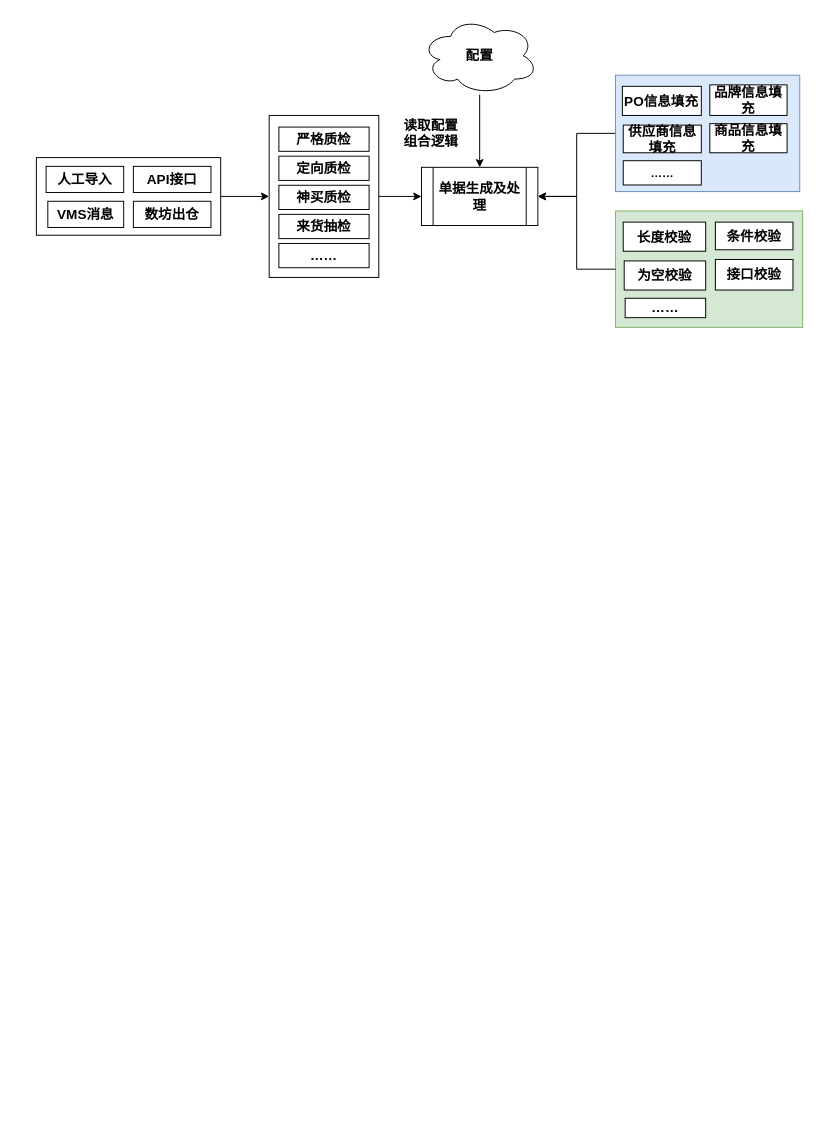
Before: page "评审202503" (17 of 18) of 创建指令计划.drawio in vvhard/draw_io, a draw.io diagram. Source tidied: cells renumbered, new cells numbered last; positions are measured from the earlier drawing's top-left corner, leaving out a move shared by most shapes. Both pictures are drawn from the tidied source at 97%, with x=0, y=0 at pixel (36, 16).
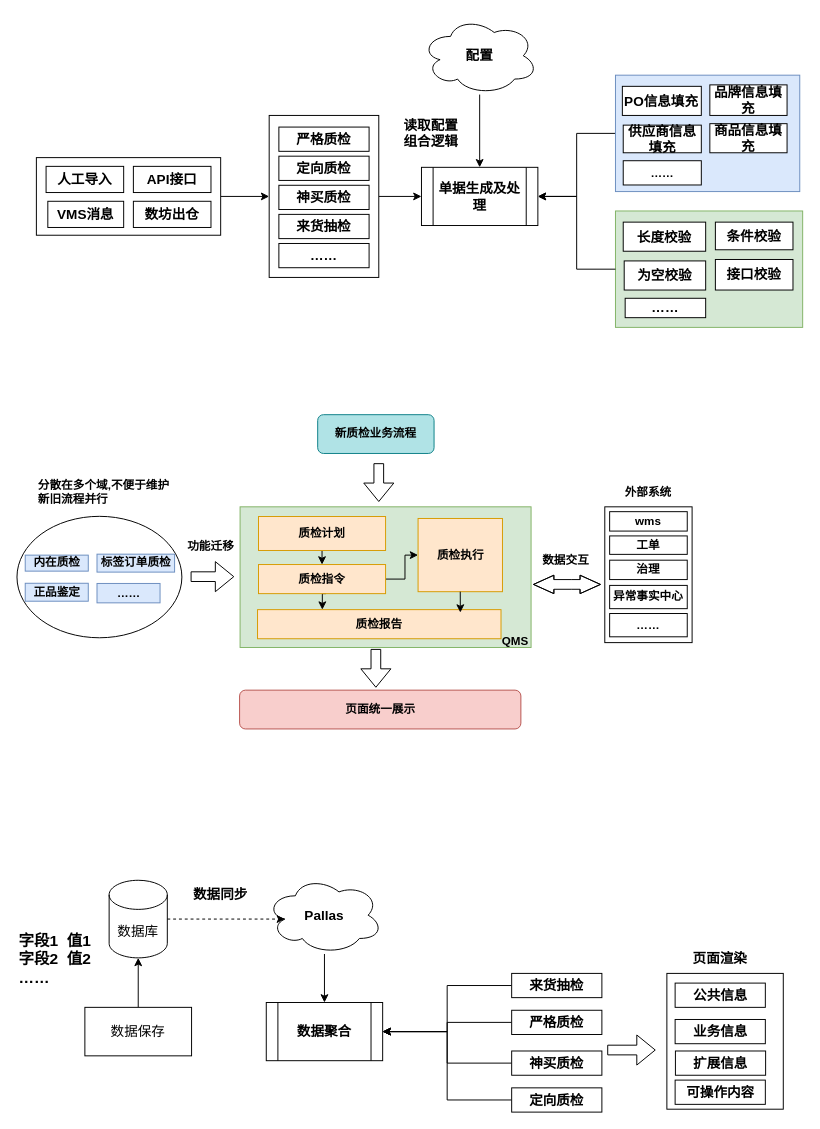
The same page after the edit.

Commit message:
更新创建指令计划.drawio

The edit, as a diff of the source:
```diff
@@
+    <mxCell id="36" style="ellipse;whiteSpace=wrap;html=1;fontStyle=1;" parent="1" vertex="1">
+      <mxGeometry x="-20" y="514.8" width="170" height="125.2" as="geometry" />
+    </mxCell>
+    <mxCell id="37" style="rounded=0;whiteSpace=wrap;html=1;fillColor=#d5e8d4;strokeColor=#82b366;fontStyle=1;" parent="1" vertex="1">
+      <mxGeometry x="210" y="505" width="300" height="145" as="geometry" />
+    </mxCell>
+    <mxCell id="38" value="内在质检" style="rounded=0;whiteSpace=wrap;html=1;fillColor=#dae8fc;strokeColor=#6c8ebf;fontStyle=1;" parent="1" vertex="1">
+      <mxGeometry x="-11.5" y="554.8" width="65" height="16.5" as="geometry" />
+    </mxCell>
+    <mxCell id="39" value="&lt;span&gt;……&lt;/span&gt;" style="rounded=0;whiteSpace=wrap;html=1;fillColor=#dae8fc;strokeColor=#6c8ebf;fontStyle=1;" parent="1" vertex="1">
+      <mxGeometry x="62.5" y="584" width="65" height="20" as="geometry" />
+    </mxCell>
+    <mxCell id="40" value="标签订单质检" style="rounded=0;whiteSpace=wrap;html=1;fillColor=#dae8fc;strokeColor=#6c8ebf;fontStyle=1;" parent="1" vertex="1">
+      <mxGeometry x="62.5" y="553.8" width="80" height="18.5" as="geometry" />
+    </mxCell>
+    <mxCell id="41" style="shape=flexArrow;endArrow=classic;html=1;rounded=0;fontStyle=1;" parent="1" edge="1">
+      <mxGeometry relative="1" as="geometry">
+        <mxPoint x="353" y="460" as="sourcePoint" />
+        <mxPoint x="353" y="500" as="targetPoint" />
+      </mxGeometry>
+    </mxCell>
+    <mxCell id="42" value="新质检业务流程" style="rounded=1;whiteSpace=wrap;html=1;fontStyle=1;fillColor=#b0e3e6;strokeColor=#0e8088;" parent="1" vertex="1">
+      <mxGeometry x="290" y="410" width="120" height="40" as="geometry" />
+    </mxCell>
+    <mxCell id="43" style="shape=flexArrow;endArrow=classic;html=1;rounded=0;fontStyle=1;" parent="1" edge="1">
+      <mxGeometry relative="1" as="geometry">
+        <mxPoint x="159" y="577" as="sourcePoint" />
+        <mxPoint x="204" y="577" as="targetPoint" />
+      </mxGeometry>
+    </mxCell>
+    <mxCell id="44" value="QMS" style="text;html=1;align=center;verticalAlign=middle;whiteSpace=wrap;rounded=0;fontStyle=1;" parent="1" vertex="1">
+      <mxGeometry x="469" y="631" width="50" height="25" as="geometry" />
+    </mxCell>
+    <mxCell id="45" value="正品鉴定" style="rounded=0;whiteSpace=wrap;html=1;fillColor=#dae8fc;strokeColor=#6c8ebf;fontStyle=1;" parent="1" vertex="1">
+      <mxGeometry x="-11.5" y="583.8" width="65" height="18.5" as="geometry" />
+    </mxCell>
+    <mxCell id="46" style="rounded=0;whiteSpace=wrap;html=1;fontStyle=1;" parent="1" vertex="1">
+      <mxGeometry x="586" y="505" width="90" height="140" as="geometry" />
+    </mxCell>
+    <mxCell id="47" style="shape=flexArrow;endArrow=classic;startArrow=classic;html=1;rounded=0;startWidth=8;startSize=6.67;endWidth=8;endSize=6.67;fontStyle=1;" parent="1" edge="1">
+      <mxGeometry relative="1" as="geometry">
+        <mxPoint x="512" y="585" as="sourcePoint" />
+        <mxPoint x="582" y="585" as="targetPoint" />
+        <Array as="points">
+          <mxPoint x="552" y="585" />
+        </Array>
+      </mxGeometry>
+    </mxCell>
+    <mxCell id="48" value="&lt;span&gt;外部系统&lt;/span&gt;" style="text;html=1;align=center;verticalAlign=middle;whiteSpace=wrap;rounded=0;fontStyle=1;" parent="1" vertex="1">
+      <mxGeometry x="601" y="475" width="60" height="30" as="geometry" />
+    </mxCell>
+    <mxCell id="49" value="wms" style="rounded=0;whiteSpace=wrap;html=1;fontStyle=1;" parent="1" vertex="1">
+      <mxGeometry x="591" y="510" width="80" height="20" as="geometry" />
+    </mxCell>
+    <mxCell id="50" value="工单" style="rounded=0;whiteSpace=wrap;html=1;fontStyle=1;" parent="1" vertex="1">
+      <mxGeometry x="591" y="535" width="80" height="19" as="geometry" />
+    </mxCell>
+    <mxCell id="51" value="治理" style="rounded=0;whiteSpace=wrap;html=1;fontStyle=1;" parent="1" vertex="1">
+      <mxGeometry x="591" y="560" width="80" height="20" as="geometry" />
+    </mxCell>
+    <mxCell id="52" value="异常事实中心" style="rounded=0;whiteSpace=wrap;html=1;fontStyle=1;" parent="1" vertex="1">
+      <mxGeometry x="591" y="586" width="80" height="24" as="geometry" />
+    </mxCell>
+    <mxCell id="53" value="&lt;span&gt;……&lt;/span&gt;" style="rounded=0;whiteSpace=wrap;html=1;fontStyle=1;" parent="1" vertex="1">
+      <mxGeometry x="591" y="615" width="80" height="24" as="geometry" />
+    </mxCell>
+    <mxCell id="54" value="&lt;span&gt;数据交互&lt;/span&gt;" style="text;html=1;align=center;verticalAlign=middle;whiteSpace=wrap;rounded=0;fontStyle=1;" parent="1" vertex="1">
+      <mxGeometry x="516" y="545" width="60" height="30" as="geometry" />
+    </mxCell>
+    <mxCell id="55" style="edgeStyle=orthogonalEdgeStyle;rounded=0;jettySize=auto;html=1;exitX=0.5;exitY=1;exitDx=0;exitDy=0;entryX=0.5;entryY=0;entryDx=0;entryDy=0;fontStyle=1;" parent="1" edge="1" source="56" target="59">
+      <mxGeometry relative="1" as="geometry" />
+    </mxCell>
+    <mxCell id="56" value="质检计划" style="rounded=0;whiteSpace=wrap;html=1;fillColor=#ffe6cc;strokeColor=#d79b00;fontStyle=1;" parent="1" vertex="1">
+      <mxGeometry x="229" y="515" width="131" height="35" as="geometry" />
+    </mxCell>
+    <mxCell id="57" style="edgeStyle=orthogonalEdgeStyle;rounded=0;jettySize=auto;html=1;entryX=0;entryY=0.5;entryDx=0;entryDy=0;fontStyle=1;" parent="1" edge="1" source="59" target="60">
+      <mxGeometry relative="1" as="geometry" />
+    </mxCell>
+    <mxCell id="58" style="edgeStyle=orthogonalEdgeStyle;rounded=0;orthogonalLoop=1;jettySize=auto;html=1;exitX=0.5;exitY=1;exitDx=0;exitDy=0;entryX=0.25;entryY=0;entryDx=0;entryDy=0;fontStyle=1;" parent="1" edge="1">
+      <mxGeometry relative="1" as="geometry">
+        <mxPoint x="298.5" y="594.5" as="sourcePoint" />
+        <mxPoint x="294.8" y="611" as="targetPoint" />
+      </mxGeometry>
+    </mxCell>
+    <mxCell id="59" value="质检指令" style="rounded=0;whiteSpace=wrap;html=1;fillColor=#ffe6cc;strokeColor=#d79b00;fontStyle=1;" parent="1" vertex="1">
+      <mxGeometry x="229" y="564.5" width="131" height="30" as="geometry" />
+    </mxCell>
+    <mxCell id="60" value="质检执行" style="rounded=0;whiteSpace=wrap;html=1;fillColor=#ffe6cc;strokeColor=#d79b00;fontStyle=1;" parent="1" vertex="1">
+      <mxGeometry x="393.5" y="517" width="87" height="75.5" as="geometry" />
+    </mxCell>
+    <mxCell id="61" value="质检报告" style="rounded=0;whiteSpace=wrap;html=1;fillColor=#ffe6cc;strokeColor=#d79b00;fontStyle=1;" parent="1" vertex="1">
+      <mxGeometry x="228" y="611" width="251" height="30" as="geometry" />
+    </mxCell>
+    <mxCell id="62" value="页面统一展示" style="rounded=1;whiteSpace=wrap;html=1;fillColor=#f8cecc;strokeColor=#b85450;fontStyle=1;" parent="1" vertex="1">
+      <mxGeometry x="209.5" y="694" width="290" height="40" as="geometry" />
+    </mxCell>
+    <mxCell id="63" value="&lt;span&gt;功能迁移&lt;/span&gt;" style="text;html=1;align=center;verticalAlign=middle;whiteSpace=wrap;rounded=0;fontStyle=1;" parent="1" vertex="1">
+      <mxGeometry x="155" y="530.5" width="50" height="30" as="geometry" />
+    </mxCell>
+    <mxCell id="64" style="shape=flexArrow;endArrow=classic;html=1;rounded=0;fontStyle=1;" parent="1" edge="1">
+      <mxGeometry relative="1" as="geometry">
+        <mxPoint x="350" y="651.5" as="sourcePoint" />
+        <mxPoint x="350" y="691.5" as="targetPoint" />
+      </mxGeometry>
+    </mxCell>
+    <mxCell id="65" style="edgeStyle=orthogonalEdgeStyle;rounded=0;jettySize=auto;html=1;exitX=0.5;exitY=1;exitDx=0;exitDy=0;entryX=0.833;entryY=0.1;entryDx=0;entryDy=0;entryPerimeter=0;fontStyle=1;" parent="1" edge="1" source="60" target="61">
+      <mxGeometry relative="1" as="geometry" />
+    </mxCell>
+    <mxCell id="66" value="&lt;b&gt;分散在多个域,不便于维护&lt;/b&gt;&lt;div&gt;&lt;b&gt;新旧流程并行&lt;/b&gt;&lt;/div&gt;" style="text;html=1;align=left;verticalAlign=middle;whiteSpace=wrap;rounded=0;" parent="1" vertex="1">
+      <mxGeometry y="475" width="150" height="30" as="geometry" />
+    </mxCell>
+    <mxCell id="67" style="edgeStyle=orthogonalEdgeStyle;rounded=0;jettySize=auto;html=1;entryX=0.5;entryY=0;entryDx=0;entryDy=0;fontStyle=1;" parent="1" edge="1" source="68" target="69">
+      <mxGeometry relative="1" as="geometry" />
+    </mxCell>
+    <mxCell id="68" value="&lt;font style=&quot;font-size: 14px;&quot;&gt;Pallas&lt;/font&gt;" style="ellipse;shape=cloud;whiteSpace=wrap;html=1;fontStyle=1;" parent="1" vertex="1">
+      <mxGeometry x="237" y="886" width="120" height="80" as="geometry" />
+    </mxCell>
+    <mxCell id="69" value="&lt;font style=&quot;font-size: 14px;&quot;&gt;数据聚合&lt;/font&gt;" style="shape=process;whiteSpace=wrap;html=1;backgroundOutline=1;fontStyle=1;" parent="1" vertex="1">
+      <mxGeometry x="237" y="1016" width="120" height="60" as="geometry" />
+    </mxCell>
+    <mxCell id="70" value="&lt;font style=&quot;font-size: 14px;&quot;&gt;数据库&lt;/font&gt;" style="shape=cylinder3;whiteSpace=wrap;html=1;boundedLbl=1;backgroundOutline=1;size=15;" parent="1" vertex="1">
+      <mxGeometry x="75" y="890" width="60" height="80" as="geometry" />
+    </mxCell>
+    <mxCell id="71" style="edgeStyle=orthogonalEdgeStyle;rounded=0;jettySize=auto;html=1;" parent="1" edge="1" source="72" target="70">
+      <mxGeometry relative="1" as="geometry" />
+    </mxCell>
+    <mxCell id="72" value="&lt;font style=&quot;font-size: 14px;&quot;&gt;数据保存&lt;/font&gt;" style="rounded=0;whiteSpace=wrap;html=1;" parent="1" vertex="1">
+      <mxGeometry x="50" y="1021" width="110" height="50" as="geometry" />
+    </mxCell>
+    <mxCell id="73" style="edgeStyle=orthogonalEdgeStyle;rounded=0;jettySize=auto;html=1;entryX=0.16;entryY=0.55;entryDx=0;entryDy=0;entryPerimeter=0;dashed=1;" parent="1" edge="1" source="70" target="68">
+      <mxGeometry relative="1" as="geometry" />
+    </mxCell>
+    <mxCell id="74" value="&lt;b&gt;&lt;font style=&quot;font-size: 14px;&quot;&gt;数据同步&lt;/font&gt;&lt;/b&gt;" style="text;html=1;align=center;verticalAlign=middle;whiteSpace=wrap;rounded=0;" parent="1" vertex="1">
+      <mxGeometry x="160" y="890" width="60" height="30" as="geometry" />
+    </mxCell>
+    <mxCell id="75" value="&lt;div&gt;&lt;font size=&quot;3&quot;&gt;&lt;b&gt;字段1&amp;nbsp; 值1&lt;/b&gt;&lt;/font&gt;&lt;/div&gt;&lt;div&gt;&lt;font size=&quot;3&quot;&gt;&lt;b&gt;字段2&amp;nbsp; 值2&lt;/b&gt;&lt;/font&gt;&lt;/div&gt;&lt;div&gt;&lt;font size=&quot;3&quot;&gt;&lt;b&gt;……&lt;/b&gt;&lt;/font&gt;&lt;/div&gt;" style="text;html=1;align=left;verticalAlign=middle;whiteSpace=wrap;rounded=0;" parent="1" vertex="1">
+      <mxGeometry x="-20" y="936" width="90" height="70" as="geometry" />
+    </mxCell>
+    <mxCell id="76" style="edgeStyle=orthogonalEdgeStyle;rounded=0;jettySize=auto;html=1;entryX=1;entryY=0.5;entryDx=0;entryDy=0;" parent="1" edge="1" source="77" target="69">
+      <mxGeometry relative="1" as="geometry" />
+    </mxCell>
+    <mxCell id="77" value="&lt;font style=&quot;font-size: 14px;&quot;&gt;严格质检&lt;/font&gt;" style="rounded=0;whiteSpace=wrap;html=1;fontStyle=1;" parent="1" vertex="1">
+      <mxGeometry x="490" y="1024" width="93" height="25" as="geometry" />
+    </mxCell>
+    <mxCell id="78" style="edgeStyle=orthogonalEdgeStyle;rounded=0;jettySize=auto;html=1;entryX=1;entryY=0.5;entryDx=0;entryDy=0;" parent="1" edge="1" source="79" target="69">
+      <mxGeometry relative="1" as="geometry" />
+    </mxCell>
+    <mxCell id="79" value="&lt;font style=&quot;font-size: 14px;&quot;&gt;定向质检&lt;/font&gt;" style="rounded=0;whiteSpace=wrap;html=1;fontStyle=1;" parent="1" vertex="1">
+      <mxGeometry x="490" y="1104" width="93" height="25" as="geometry" />
+    </mxCell>
+    <mxCell id="80" style="edgeStyle=orthogonalEdgeStyle;rounded=0;jettySize=auto;html=1;entryX=1;entryY=0.5;entryDx=0;entryDy=0;" parent="1" edge="1" source="81" target="69">
+      <mxGeometry relative="1" as="geometry" />
+    </mxCell>
+    <mxCell id="81" value="&lt;font style=&quot;font-size: 14px;&quot;&gt;神买质检&lt;/font&gt;" style="rounded=0;whiteSpace=wrap;html=1;fontStyle=1;" parent="1" vertex="1">
+      <mxGeometry x="490" y="1066" width="93" height="25" as="geometry" />
+    </mxCell>
+    <mxCell id="82" style="edgeStyle=orthogonalEdgeStyle;rounded=0;jettySize=auto;html=1;entryX=1;entryY=0.5;entryDx=0;entryDy=0;" parent="1" edge="1" source="83" target="69">
+      <mxGeometry relative="1" as="geometry" />
+    </mxCell>
+    <mxCell id="83" value="&lt;font style=&quot;font-size: 14px;&quot;&gt;来货抽检&lt;/font&gt;" style="rounded=0;whiteSpace=wrap;html=1;fontStyle=1;" parent="1" vertex="1">
+      <mxGeometry x="490" y="986" width="93" height="25" as="geometry" />
+    </mxCell>
+    <mxCell id="84" style="rounded=0;whiteSpace=wrap;html=1;" parent="1" vertex="1">
+      <mxGeometry x="650" y="986" width="120" height="140" as="geometry" />
+    </mxCell>
+    <mxCell id="85" value="&lt;font style=&quot;font-size: 14px;&quot;&gt;公共信息&lt;/font&gt;" style="rounded=0;whiteSpace=wrap;html=1;fontStyle=1;" parent="1" vertex="1">
+      <mxGeometry x="658.5" y="996" width="93" height="25" as="geometry" />
+    </mxCell>
+    <mxCell id="86" value="&lt;font style=&quot;font-size: 14px;&quot;&gt;业务信息&lt;/font&gt;" style="rounded=0;whiteSpace=wrap;html=1;fontStyle=1;" parent="1" vertex="1">
+      <mxGeometry x="658.5" y="1033.5" width="93" height="25" as="geometry" />
+    </mxCell>
+    <mxCell id="87" value="&lt;font style=&quot;font-size: 14px;&quot;&gt;扩展信息&lt;/font&gt;" style="rounded=0;whiteSpace=wrap;html=1;fontStyle=1;" parent="1" vertex="1">
+      <mxGeometry x="658.8" y="1066" width="93" height="25" as="geometry" />
+    </mxCell>
+    <mxCell id="88" value="&lt;font style=&quot;font-size: 14px;&quot;&gt;可操作内容&lt;/font&gt;" style="rounded=0;whiteSpace=wrap;html=1;fontStyle=1;" parent="1" vertex="1">
+      <mxGeometry x="658.5" y="1096" width="93" height="25" as="geometry" />
+    </mxCell>
+    <mxCell id="89" style="shape=flexArrow;endArrow=classic;html=1;rounded=0;" parent="1" edge="1">
+      <mxGeometry relative="1" as="geometry">
+        <mxPoint x="588.5" y="1065" as="sourcePoint" />
+        <mxPoint x="638.5" y="1065" as="targetPoint" />
+      </mxGeometry>
+    </mxCell>
+    <mxCell id="90" value="&lt;b&gt;&lt;font style=&quot;font-size: 14px;&quot;&gt;页面渲染&lt;/font&gt;&lt;/b&gt;" style="text;html=1;align=center;verticalAlign=middle;whiteSpace=wrap;rounded=0;" parent="1" vertex="1">
+      <mxGeometry x="675" y="956" width="60" height="30" as="geometry" />
+    </mxCell>
```
